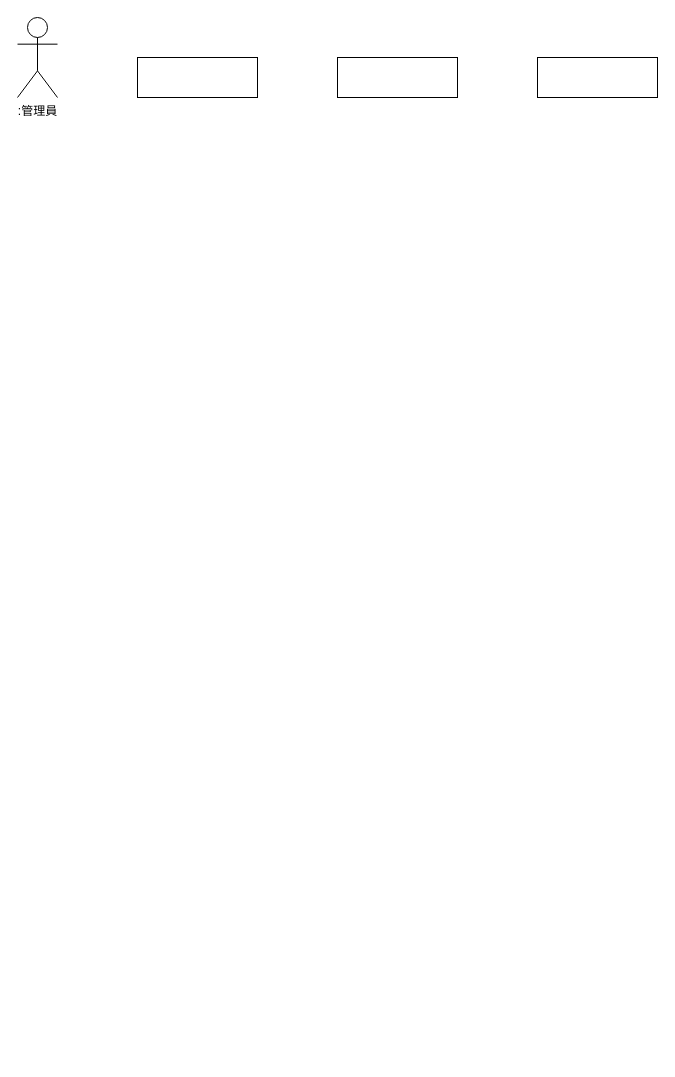
Above: drawio/UML模型圖/圖5-3 系統功能時序圖.drawio in Roseller37/UML-diagram2 (draw.io), before the change. Source tidied: cells renumbered, new cells numbered last; positions are measured from the earlier drawing's top-left corner, leaving out a move shared by most shapes. Both pictures are drawn from the tidied source at 100%, with x=0, y=0 at pixel (17, 17).
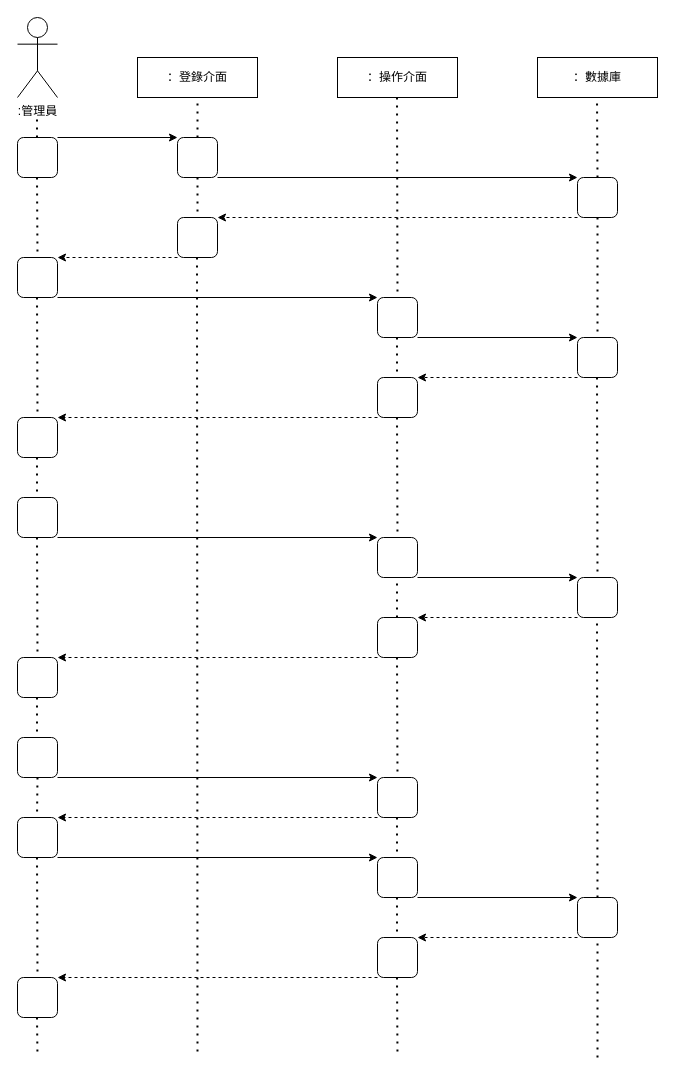
The same page after the edit.

Commit message (it also covers changes not shown here):
更新圖5-3 系統功能時序圖.drawio

Diff of the diagram source:
```diff
@@
-    <mxCell id="3" style="rounded=0;whiteSpace=wrap;html=1;" parent="1" vertex="1">
+    <mxCell id="3" value="：操作介面" style="rounded=0;whiteSpace=wrap;html=1;" parent="1" vertex="1">
       <mxGeometry x="320" y="40" width="120" height="40" as="geometry" />
     </mxCell>
-    <mxCell id="4" style="rounded=0;whiteSpace=wrap;html=1;" parent="1" vertex="1">
+    <mxCell id="4" value="：登錄介面" style="rounded=0;whiteSpace=wrap;html=1;" parent="1" vertex="1">
       <mxGeometry x="120" y="40" width="120" height="40" as="geometry" />
     </mxCell>
-    <mxCell id="5" style="rounded=0;whiteSpace=wrap;html=1;" parent="1" vertex="1">
+    <mxCell id="5" value="：數據庫" style="rounded=0;whiteSpace=wrap;html=1;" parent="1" vertex="1">
       <mxGeometry x="520" y="40" width="120" height="40" as="geometry" />
     </mxCell>
+    <mxCell id="6" style="rounded=1;whiteSpace=wrap;html=1;direction=south;" parent="1" vertex="1">
+      <mxGeometry x="160" y="120" width="40" height="40" as="geometry" />
+    </mxCell>
+    <mxCell id="7" style="rounded=1;whiteSpace=wrap;html=1;direction=south;" parent="1" vertex="1">
+      <mxGeometry y="120" width="40" height="40" as="geometry" />
+    </mxCell>
+    <mxCell id="8" style="rounded=1;whiteSpace=wrap;html=1;direction=south;" parent="1" vertex="1">
+      <mxGeometry y="240" width="40" height="40" as="geometry" />
+    </mxCell>
+    <mxCell id="9" style="rounded=1;whiteSpace=wrap;html=1;direction=south;" parent="1" vertex="1">
+      <mxGeometry x="160" y="200" width="40" height="40" as="geometry" />
+    </mxCell>
+    <mxCell id="10" style="rounded=1;whiteSpace=wrap;html=1;direction=south;" parent="1" vertex="1">
+      <mxGeometry x="560" y="160" width="40" height="40" as="geometry" />
+    </mxCell>
+    <mxCell id="11" style="rounded=1;whiteSpace=wrap;html=1;direction=south;" parent="1" vertex="1">
+      <mxGeometry x="360" y="280" width="40" height="40" as="geometry" />
+    </mxCell>
+    <mxCell id="12" style="rounded=1;whiteSpace=wrap;html=1;direction=south;" parent="1" vertex="1">
+      <mxGeometry x="560" y="320" width="40" height="40" as="geometry" />
+    </mxCell>
+    <mxCell id="13" style="rounded=1;whiteSpace=wrap;html=1;direction=south;" parent="1" vertex="1">
+      <mxGeometry x="360" y="360" width="40" height="40" as="geometry" />
+    </mxCell>
+    <mxCell id="14" style="rounded=1;whiteSpace=wrap;html=1;direction=south;" parent="1" vertex="1">
+      <mxGeometry y="400" width="40" height="40" as="geometry" />
+    </mxCell>
+    <mxCell id="15" style="rounded=1;whiteSpace=wrap;html=1;direction=south;" parent="1" vertex="1">
+      <mxGeometry y="480" width="40" height="40" as="geometry" />
+    </mxCell>
+    <mxCell id="16" style="rounded=1;whiteSpace=wrap;html=1;direction=south;" parent="1" vertex="1">
+      <mxGeometry x="360" y="520" width="40" height="40" as="geometry" />
+    </mxCell>
+    <mxCell id="17" style="rounded=1;whiteSpace=wrap;html=1;direction=south;" parent="1" vertex="1">
+      <mxGeometry x="560" y="560" width="40" height="40" as="geometry" />
+    </mxCell>
+    <mxCell id="18" style="rounded=1;whiteSpace=wrap;html=1;direction=south;" parent="1" vertex="1">
+      <mxGeometry x="360" y="600" width="40" height="40" as="geometry" />
+    </mxCell>
+    <mxCell id="19" style="rounded=1;whiteSpace=wrap;html=1;direction=south;" parent="1" vertex="1">
+      <mxGeometry y="640" width="40" height="40" as="geometry" />
+    </mxCell>
+    <mxCell id="20" style="rounded=1;whiteSpace=wrap;html=1;direction=south;" parent="1" vertex="1">
+      <mxGeometry y="720" width="40" height="40" as="geometry" />
+    </mxCell>
+    <mxCell id="21" style="rounded=1;whiteSpace=wrap;html=1;direction=south;" parent="1" vertex="1">
+      <mxGeometry x="360" y="760" width="40" height="40" as="geometry" />
+    </mxCell>
+    <mxCell id="22" style="rounded=1;whiteSpace=wrap;html=1;direction=south;" parent="1" vertex="1">
+      <mxGeometry y="800" width="40" height="40" as="geometry" />
+    </mxCell>
+    <mxCell id="23" style="rounded=1;whiteSpace=wrap;html=1;direction=south;" parent="1" vertex="1">
+      <mxGeometry x="360" y="840" width="40" height="40" as="geometry" />
+    </mxCell>
+    <mxCell id="24" style="rounded=1;whiteSpace=wrap;html=1;direction=south;" parent="1" vertex="1">
+      <mxGeometry x="560" y="880" width="40" height="40" as="geometry" />
+    </mxCell>
+    <mxCell id="25" style="rounded=1;whiteSpace=wrap;html=1;direction=south;" parent="1" vertex="1">
+      <mxGeometry x="360" y="920" width="40" height="40" as="geometry" />
+    </mxCell>
+    <mxCell id="26" style="rounded=1;whiteSpace=wrap;html=1;direction=south;" parent="1" vertex="1">
+      <mxGeometry y="960" width="40" height="40" as="geometry" />
+    </mxCell>
+    <mxCell id="27" style="endArrow=none;dashed=1;html=1;dashPattern=1 3;strokeWidth=2;rounded=0;" parent="1" edge="1">
+      <mxGeometry relative="1" as="geometry">
+        <mxPoint x="19.5" y="120" as="sourcePoint" />
+        <mxPoint x="19.5" y="100" as="targetPoint" />
+      </mxGeometry>
+    </mxCell>
+    <mxCell id="28" style="endArrow=none;dashed=1;html=1;dashPattern=1 3;strokeWidth=2;rounded=0;entryX=0.5;entryY=1;entryDx=0;entryDy=0;exitX=0;exitY=0.5;exitDx=0;exitDy=0;" parent="1" edge="1" source="6" target="4">
+      <mxGeometry relative="1" as="geometry" />
+    </mxCell>
+    <mxCell id="29" style="endArrow=none;dashed=1;html=1;dashPattern=1 3;strokeWidth=2;rounded=0;entryX=0;entryY=0.5;entryDx=0;entryDy=0;exitX=1;exitY=0.5;exitDx=0;exitDy=0;" parent="1" edge="1" source="6" target="9">
+      <mxGeometry relative="1" as="geometry" />
+    </mxCell>
+    <mxCell id="30" style="endArrow=none;dashed=1;html=1;dashPattern=1 3;strokeWidth=2;rounded=0;" parent="1" edge="1">
+      <mxGeometry relative="1" as="geometry">
+        <mxPoint x="179.5" y="240" as="sourcePoint" />
+        <mxPoint x="180" y="1040" as="targetPoint" />
+      </mxGeometry>
+    </mxCell>
+    <mxCell id="31" style="endArrow=none;dashed=1;html=1;dashPattern=1 3;strokeWidth=2;rounded=0;" parent="1" edge="1">
+      <mxGeometry relative="1" as="geometry">
+        <mxPoint x="19.5" y="440" as="sourcePoint" />
+        <mxPoint x="19.5" y="480" as="targetPoint" />
+      </mxGeometry>
+    </mxCell>
+    <mxCell id="32" style="endArrow=none;dashed=1;html=1;dashPattern=1 3;strokeWidth=2;rounded=0;entryX=0;entryY=0.5;entryDx=0;entryDy=0;" parent="1" edge="1" target="14">
+      <mxGeometry relative="1" as="geometry">
+        <mxPoint x="19.5" y="280" as="sourcePoint" />
+      </mxGeometry>
+    </mxCell>
+    <mxCell id="33" style="endArrow=none;dashed=1;html=1;dashPattern=1 3;strokeWidth=2;rounded=0;" parent="1" edge="1">
+      <mxGeometry relative="1" as="geometry">
+        <mxPoint x="19.5" y="160" as="sourcePoint" />
+        <mxPoint x="20" y="240" as="targetPoint" />
+      </mxGeometry>
+    </mxCell>
+    <mxCell id="34" style="endArrow=none;dashed=1;html=1;dashPattern=1 3;strokeWidth=2;rounded=0;entryX=0;entryY=0.5;entryDx=0;entryDy=0;" parent="1" edge="1" target="19">
+      <mxGeometry relative="1" as="geometry">
+        <mxPoint x="19.5" y="520" as="sourcePoint" />
+      </mxGeometry>
+    </mxCell>
+    <mxCell id="35" style="endArrow=none;dashed=1;html=1;dashPattern=1 3;strokeWidth=2;rounded=0;entryX=0;entryY=0.5;entryDx=0;entryDy=0;" parent="1" edge="1" target="21">
+      <mxGeometry relative="1" as="geometry">
+        <mxPoint x="379.5" y="640" as="sourcePoint" />
+      </mxGeometry>
+    </mxCell>
+    <mxCell id="36" style="endArrow=none;dashed=1;html=1;dashPattern=1 3;strokeWidth=2;rounded=0;entryX=0;entryY=0.5;entryDx=0;entryDy=0;" parent="1" edge="1" target="16">
+      <mxGeometry relative="1" as="geometry">
+        <mxPoint x="379.5" y="400" as="sourcePoint" />
+      </mxGeometry>
+    </mxCell>
+    <mxCell id="37" style="endArrow=none;dashed=1;html=1;dashPattern=1 3;strokeWidth=2;rounded=0;entryX=0;entryY=0.5;entryDx=0;entryDy=0;" parent="1" edge="1" target="11">
+      <mxGeometry relative="1" as="geometry">
+        <mxPoint x="379.5" y="80" as="sourcePoint" />
+      </mxGeometry>
+    </mxCell>
+    <mxCell id="38" style="endArrow=none;dashed=1;html=1;dashPattern=1 3;strokeWidth=2;rounded=0;" parent="1" edge="1">
+      <mxGeometry relative="1" as="geometry">
+        <mxPoint x="19.5" y="680" as="sourcePoint" />
+        <mxPoint x="19.5" y="720" as="targetPoint" />
+      </mxGeometry>
+    </mxCell>
+    <mxCell id="39" style="endArrow=none;dashed=1;html=1;dashPattern=1 3;strokeWidth=2;rounded=0;" parent="1" edge="1">
+      <mxGeometry relative="1" as="geometry">
+        <mxPoint x="20" y="760" as="sourcePoint" />
+        <mxPoint x="19.5" y="800" as="targetPoint" />
+      </mxGeometry>
+    </mxCell>
+    <mxCell id="40" style="endArrow=none;dashed=1;html=1;dashPattern=1 3;strokeWidth=2;rounded=0;entryX=0;entryY=0.5;entryDx=0;entryDy=0;" parent="1" edge="1">
+      <mxGeometry relative="1" as="geometry">
+        <mxPoint x="19.5" y="840" as="sourcePoint" />
+        <mxPoint x="20" y="960" as="targetPoint" />
+      </mxGeometry>
+    </mxCell>
+    <mxCell id="41" style="endArrow=none;dashed=1;html=1;dashPattern=1 3;strokeWidth=2;rounded=0;" parent="1" edge="1">
+      <mxGeometry relative="1" as="geometry">
+        <mxPoint x="19.5" y="1000" as="sourcePoint" />
+        <mxPoint x="20" y="1040" as="targetPoint" />
+      </mxGeometry>
+    </mxCell>
+    <mxCell id="42" style="endArrow=none;dashed=1;html=1;dashPattern=1 3;strokeWidth=2;rounded=0;entryX=0;entryY=0.5;entryDx=0;entryDy=0;" parent="1" edge="1">
+      <mxGeometry relative="1" as="geometry">
+        <mxPoint x="379.5" y="320" as="sourcePoint" />
+        <mxPoint x="379.5" y="360" as="targetPoint" />
+      </mxGeometry>
+    </mxCell>
+    <mxCell id="43" style="endArrow=none;dashed=1;html=1;dashPattern=1 3;strokeWidth=2;rounded=0;" parent="1" edge="1">
+      <mxGeometry relative="1" as="geometry">
+        <mxPoint x="379.5" y="600" as="sourcePoint" />
+        <mxPoint x="379.5" y="560" as="targetPoint" />
+      </mxGeometry>
+    </mxCell>
+    <mxCell id="44" style="endArrow=none;dashed=1;html=1;dashPattern=1 3;strokeWidth=2;rounded=0;exitX=1;exitY=0.5;exitDx=0;exitDy=0;entryX=0;entryY=0.5;entryDx=0;entryDy=0;" parent="1" edge="1" source="10" target="12">
+      <mxGeometry relative="1" as="geometry" />
+    </mxCell>
+    <mxCell id="45" style="endArrow=none;dashed=1;html=1;dashPattern=1 3;strokeWidth=2;rounded=0;exitX=1;exitY=0.5;exitDx=0;exitDy=0;" parent="1" edge="1">
+      <mxGeometry relative="1" as="geometry">
+        <mxPoint x="379.5" y="960" as="sourcePoint" />
+        <mxPoint x="380" y="1040" as="targetPoint" />
+      </mxGeometry>
+    </mxCell>
+    <mxCell id="46" style="endArrow=none;dashed=1;html=1;dashPattern=1 3;strokeWidth=2;rounded=0;entryX=0;entryY=0.5;entryDx=0;entryDy=0;exitX=1;exitY=0.5;exitDx=0;exitDy=0;" parent="1" edge="1">
+      <mxGeometry relative="1" as="geometry">
+        <mxPoint x="379.5" y="880" as="sourcePoint" />
+        <mxPoint x="379.5" y="920" as="targetPoint" />
+      </mxGeometry>
+    </mxCell>
+    <mxCell id="47" style="endArrow=none;dashed=1;html=1;dashPattern=1 3;strokeWidth=2;rounded=0;entryX=0;entryY=0.5;entryDx=0;entryDy=0;exitX=1;exitY=0.5;exitDx=0;exitDy=0;" parent="1" edge="1">
+      <mxGeometry relative="1" as="geometry">
+        <mxPoint x="379.5" y="800" as="sourcePoint" />
+        <mxPoint x="379.5" y="840" as="targetPoint" />
+      </mxGeometry>
+    </mxCell>
+    <mxCell id="48" style="endArrow=none;dashed=1;html=1;dashPattern=1 3;strokeWidth=2;rounded=0;exitX=1;exitY=0.5;exitDx=0;exitDy=0;entryX=0;entryY=0.5;entryDx=0;entryDy=0;" parent="1" edge="1" target="17">
+      <mxGeometry relative="1" as="geometry">
+        <mxPoint x="579.5" y="360" as="sourcePoint" />
+      </mxGeometry>
+    </mxCell>
+    <mxCell id="49" style="endArrow=none;dashed=1;html=1;dashPattern=1 3;strokeWidth=2;rounded=0;entryX=0.5;entryY=1;entryDx=0;entryDy=0;exitX=0;exitY=0.5;exitDx=0;exitDy=0;" parent="1" edge="1" source="10">
+      <mxGeometry relative="1" as="geometry">
+        <mxPoint x="579.5" y="80" as="targetPoint" />
+      </mxGeometry>
+    </mxCell>
+    <mxCell id="50" style="endArrow=none;dashed=1;html=1;dashPattern=1 3;strokeWidth=2;rounded=0;entryX=0.5;entryY=1;entryDx=0;entryDy=0;exitX=0;exitY=0.5;exitDx=0;exitDy=0;" parent="1" edge="1" source="24">
+      <mxGeometry relative="1" as="geometry">
+        <mxPoint x="579.5" y="600" as="targetPoint" />
+      </mxGeometry>
+    </mxCell>
+    <mxCell id="51" style="endArrow=none;dashed=1;html=1;dashPattern=1 3;strokeWidth=2;rounded=0;entryX=1;entryY=0.5;entryDx=0;entryDy=0;" parent="1" edge="1" target="24">
+      <mxGeometry relative="1" as="geometry">
+        <mxPoint x="580" y="1040" as="sourcePoint" />
+      </mxGeometry>
+    </mxCell>
+    <mxCell id="52" style="endArrow=classic;html=1;rounded=0;exitX=0;exitY=0;exitDx=0;exitDy=0;entryX=0;entryY=1;entryDx=0;entryDy=0;" parent="1" edge="1" source="7" target="6">
+      <mxGeometry relative="1" as="geometry" />
+    </mxCell>
+    <mxCell id="53" style="endArrow=classic;html=1;rounded=0;exitX=1;exitY=0;exitDx=0;exitDy=0;entryX=0;entryY=1;entryDx=0;entryDy=0;" parent="1" edge="1" source="6" target="10">
+      <mxGeometry relative="1" as="geometry" />
+    </mxCell>
+    <mxCell id="54" style="endArrow=classic;html=1;rounded=0;exitX=1;exitY=0;exitDx=0;exitDy=0;entryX=0;entryY=1;entryDx=0;entryDy=0;" parent="1" edge="1" source="8" target="11">
+      <mxGeometry relative="1" as="geometry" />
+    </mxCell>
+    <mxCell id="55" style="endArrow=classic;html=1;rounded=0;exitX=1;exitY=0;exitDx=0;exitDy=0;entryX=0;entryY=1;entryDx=0;entryDy=0;" parent="1" edge="1" source="11" target="12">
+      <mxGeometry relative="1" as="geometry" />
+    </mxCell>
+    <mxCell id="56" style="endArrow=classic;html=1;rounded=0;exitX=1;exitY=0;exitDx=0;exitDy=0;entryX=0;entryY=1;entryDx=0;entryDy=0;" parent="1" edge="1" source="15" target="16">
+      <mxGeometry relative="1" as="geometry" />
+    </mxCell>
+    <mxCell id="57" style="endArrow=classic;html=1;rounded=0;exitX=1;exitY=0;exitDx=0;exitDy=0;entryX=0;entryY=1;entryDx=0;entryDy=0;" parent="1" edge="1" source="16" target="17">
+      <mxGeometry relative="1" as="geometry" />
+    </mxCell>
+    <mxCell id="58" style="endArrow=classic;html=1;rounded=0;exitX=1;exitY=0;exitDx=0;exitDy=0;entryX=0;entryY=1;entryDx=0;entryDy=0;" parent="1" edge="1" source="20" target="21">
+      <mxGeometry relative="1" as="geometry" />
+    </mxCell>
+    <mxCell id="59" style="endArrow=classic;html=1;rounded=0;exitX=1;exitY=0;exitDx=0;exitDy=0;entryX=0;entryY=1;entryDx=0;entryDy=0;" parent="1" edge="1" source="23" target="24">
+      <mxGeometry relative="1" as="geometry" />
+    </mxCell>
+    <mxCell id="60" style="endArrow=classic;html=1;rounded=0;entryX=0;entryY=1;entryDx=0;entryDy=0;exitX=1;exitY=0;exitDx=0;exitDy=0;" parent="1" edge="1" source="22" target="23">
+      <mxGeometry relative="1" as="geometry" />
+    </mxCell>
+    <mxCell id="61" style="endArrow=classic;html=1;rounded=0;exitX=1;exitY=1;exitDx=0;exitDy=0;entryX=0;entryY=0;entryDx=0;entryDy=0;dashed=1;" parent="1" edge="1" source="10" target="9">
+      <mxGeometry relative="1" as="geometry" />
+    </mxCell>
+    <mxCell id="62" style="endArrow=classic;html=1;rounded=0;entryX=0;entryY=0;entryDx=0;entryDy=0;dashed=1;exitX=1;exitY=1;exitDx=0;exitDy=0;" parent="1" edge="1" source="12" target="13">
+      <mxGeometry relative="1" as="geometry" />
+    </mxCell>
+    <mxCell id="63" style="endArrow=classic;html=1;rounded=0;entryX=0;entryY=0;entryDx=0;entryDy=0;dashed=1;exitX=1;exitY=1;exitDx=0;exitDy=0;" parent="1" edge="1" source="9" target="8">
+      <mxGeometry relative="1" as="geometry" />
+    </mxCell>
+    <mxCell id="64" style="endArrow=classic;html=1;rounded=0;entryX=0;entryY=0;entryDx=0;entryDy=0;dashed=1;exitX=1;exitY=1;exitDx=0;exitDy=0;" parent="1" edge="1" source="13" target="14">
+      <mxGeometry relative="1" as="geometry" />
+    </mxCell>
+    <mxCell id="65" style="endArrow=classic;html=1;rounded=0;entryX=0;entryY=0;entryDx=0;entryDy=0;dashed=1;exitX=1;exitY=1;exitDx=0;exitDy=0;" parent="1" edge="1" source="18" target="19">
+      <mxGeometry relative="1" as="geometry" />
+    </mxCell>
+    <mxCell id="66" style="endArrow=classic;html=1;rounded=0;entryX=0;entryY=0;entryDx=0;entryDy=0;dashed=1;exitX=1;exitY=1;exitDx=0;exitDy=0;" parent="1" edge="1" source="17" target="18">
+      <mxGeometry relative="1" as="geometry" />
+    </mxCell>
+    <mxCell id="67" style="endArrow=classic;html=1;rounded=0;entryX=0;entryY=0;entryDx=0;entryDy=0;dashed=1;exitX=1;exitY=1;exitDx=0;exitDy=0;" parent="1" edge="1" source="21" target="22">
+      <mxGeometry relative="1" as="geometry" />
+    </mxCell>
+    <mxCell id="68" style="endArrow=classic;html=1;rounded=0;entryX=0;entryY=0;entryDx=0;entryDy=0;dashed=1;exitX=1;exitY=1;exitDx=0;exitDy=0;" parent="1" edge="1" source="25" target="26">
+      <mxGeometry relative="1" as="geometry" />
+    </mxCell>
+    <mxCell id="69" style="endArrow=classic;html=1;rounded=0;entryX=0;entryY=0;entryDx=0;entryDy=0;dashed=1;exitX=1;exitY=1;exitDx=0;exitDy=0;" parent="1" edge="1" source="24" target="25">
+      <mxGeometry relative="1" as="geometry" />
+    </mxCell>
```
